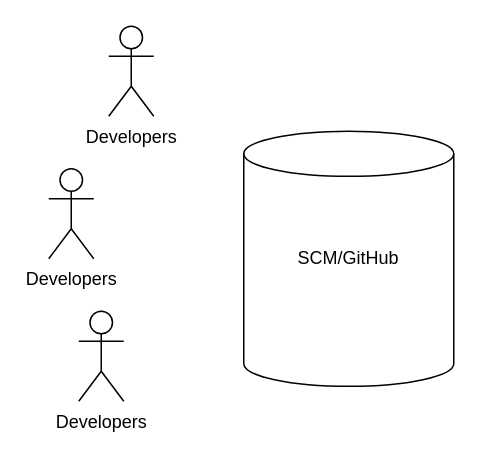
The draw.io diagram Untitled Diagram.drawio in dontslzzzp/app-diagrams, before the edit. Source tidied: cells renumbered, new cells numbered last; positions are measured from the earlier drawing's top-left corner, leaving out a move shared by most shapes. Both pictures are drawn from the tidied source at 150%, with x=0, y=0 at pixel (48, 26).
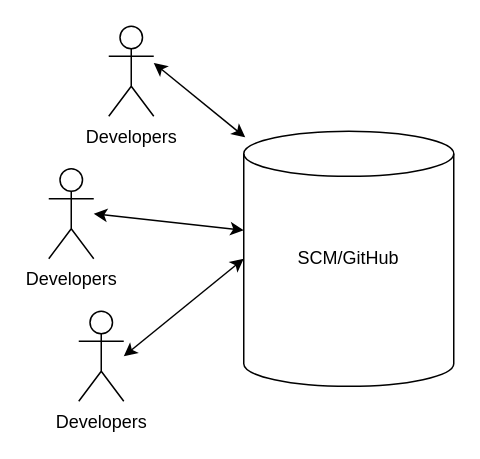
After the change.

Diff of the diagram source:
```diff
@@
 <mxGraphModel>
   <root>
     <mxCell id="0" />
     <mxCell id="1" parent="0" />
     <mxCell id="2" value="Developers" style="shape=umlActor;verticalLabelPosition=bottom;verticalAlign=top;html=1;" parent="1" vertex="1">
       <mxGeometry x="20" y="190" width="30" height="60" as="geometry" />
     </mxCell>
     <mxCell id="3" style="shape=cylinder3;whiteSpace=wrap;html=1;boundedLbl=1;backgroundOutline=1;size=15;" parent="1" vertex="1">
       <mxGeometry x="130" y="70" width="140" height="170" as="geometry" />
     </mxCell>
     <mxCell id="4" value="SCM/GitHub" style="text;html=1;align=center;verticalAlign=middle;whiteSpace=wrap;rounded=0;" parent="1" vertex="1">
       <mxGeometry x="170" y="140" width="60" height="30" as="geometry" />
     </mxCell>
     <mxCell id="5" value="Developers" style="shape=umlActor;verticalLabelPosition=bottom;verticalAlign=top;html=1;" parent="1" vertex="1">
       <mxGeometry y="95" width="30" height="60" as="geometry" />
     </mxCell>
     <mxCell id="6" value="Developers" style="shape=umlActor;verticalLabelPosition=bottom;verticalAlign=top;html=1;" parent="1" vertex="1">
       <mxGeometry x="40" width="30" height="60" as="geometry" />
     </mxCell>
+    <mxCell id="7" style="endArrow=classic;startArrow=classic;html=1;rounded=0;entryX=0;entryY=0.5;entryDx=0;entryDy=0;entryPerimeter=0;" parent="1" edge="1" target="3">
+      <mxGeometry relative="1" as="geometry">
+        <mxPoint x="50" y="220" as="sourcePoint" />
+      </mxGeometry>
+    </mxCell>
+    <mxCell id="8" style="endArrow=classic;startArrow=classic;html=1;rounded=0;entryX=0;entryY=0.388;entryDx=0;entryDy=0;entryPerimeter=0;" parent="1" edge="1" target="3">
+      <mxGeometry relative="1" as="geometry">
+        <mxPoint x="30" y="125" as="sourcePoint" />
+      </mxGeometry>
+    </mxCell>
+    <mxCell id="9" style="endArrow=classic;startArrow=classic;html=1;rounded=0;entryX=0.007;entryY=0.024;entryDx=0;entryDy=0;entryPerimeter=0;" parent="1" edge="1" target="3">
+      <mxGeometry relative="1" as="geometry">
+        <mxPoint x="70" y="24.5" as="sourcePoint" />
+      </mxGeometry>
+    </mxCell>
   </root>
 </mxGraphModel>
```
